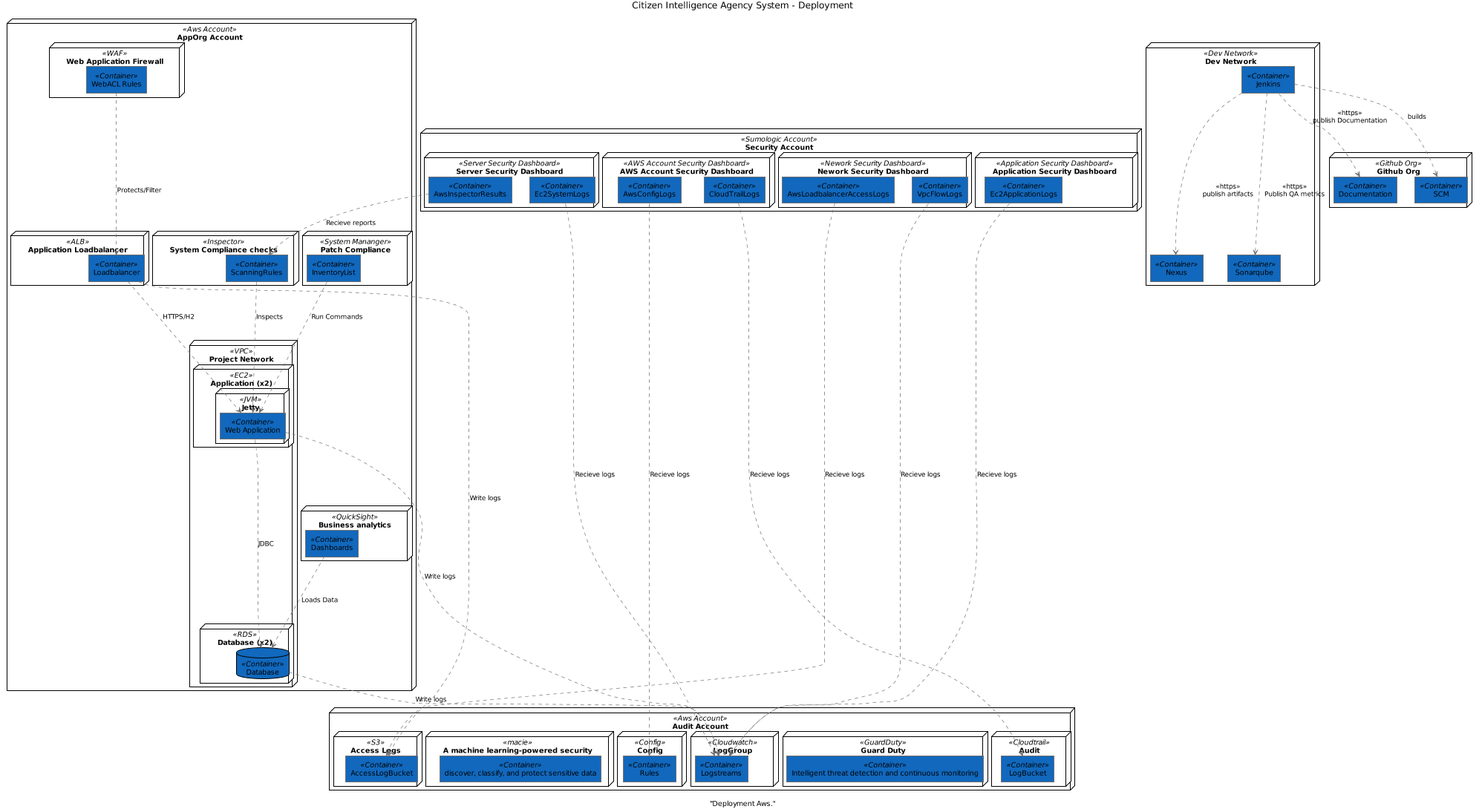
The PlantUML diagram architecture/Citizen-Intelligence-Agency-System-System-Deployment.png in sjvs/cia, before a commit.
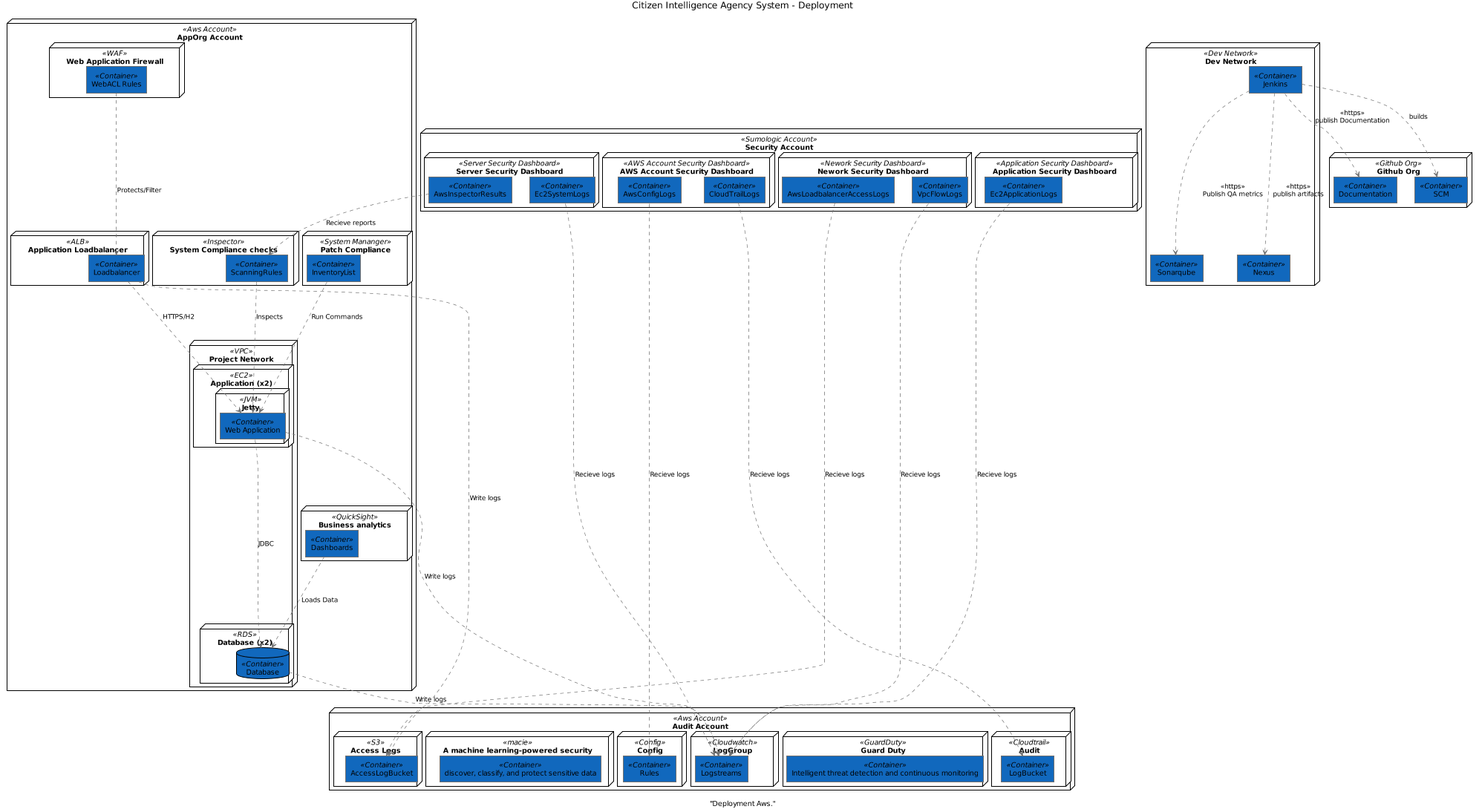
After the change.

Diff of the diagram source:
```diff
@@ -12,97 +12,97 @@
   noteBackgroundColor #ffffff
   noteBorderColor #707070
 }
-node "AppOrg Account" <<Aws Account>> as 48 {
-  node "Project Network" <<VPC>> as 49 {
-    node "Database (x2)" <<RDS>> as 101 {
-      database "Database" <<Container>> as 102 #1168bd
+node "AppOrg Account" <<Aws Account>> as 47 {
+  node "Project Network" <<VPC>> as 48 {
+    node "Database (x2)" <<RDS>> as 100 {
+      database "Database" <<Container>> as 101 #1168bd
     }
-    node "Application (x2)" <<EC2>> as 93 {
-      node "Jetty" <<JVM>> as 94 {
-        rectangle "Web Application" <<Container>> as 95 #1168bd
+    node "Application (x2)" <<EC2>> as 92 {
+      node "Jetty" <<JVM>> as 93 {
+        rectangle "Web Application" <<Container>> as 94 #1168bd
       }
     }
   }
-  node "Business analytics" <<QuickSight>> as 66 {
-    rectangle "Dashboards" <<Container>> as 68 #1168bd
+  node "Business analytics" <<QuickSight>> as 65 {
+    rectangle "Dashboards" <<Container>> as 67 #1168bd
   }
-  node "Patch Compliance" <<System Mananger>> as 62 {
-    rectangle "InventoryList" <<Container>> as 64 #1168bd
+  node "Patch Compliance" <<System Mananger>> as 61 {
+    rectangle "InventoryList" <<Container>> as 63 #1168bd
   }
-  node "System Compliance checks" <<Inspector>> as 58 {
-    rectangle "ScanningRules" <<Container>> as 60 #1168bd
+  node "System Compliance checks" <<Inspector>> as 57 {
+    rectangle "ScanningRules" <<Container>> as 59 #1168bd
   }
-  node "Application Loadbalancer" <<ALB>> as 88 {
-    rectangle "Loadbalancer" <<Container>> as 89 #1168bd
+  node "Application Loadbalancer" <<ALB>> as 87 {
+    rectangle "Loadbalancer" <<Container>> as 88 #1168bd
   }
-  node "Web Application Firewall" <<WAF>> as 50 {
-    rectangle "WebACL Rules" <<Container>> as 52 #1168bd
+  node "Web Application Firewall" <<WAF>> as 49 {
+    rectangle "WebACL Rules" <<Container>> as 51 #1168bd
   }
 }
-node "Audit Account" <<Aws Account>> as 54 {
-  node "Audit" <<Cloudtrail>> as 81 {
-    rectangle "LogBucket" <<Container>> as 83 #1168bd
+node "Audit Account" <<Aws Account>> as 53 {
+  node "Audit" <<Cloudtrail>> as 80 {
+    rectangle "LogBucket" <<Container>> as 82 #1168bd
   }
-  node "Guard Duty" <<GuardDuty>> as 70 {
-    rectangle "Intelligent threat detection and continuous monitoring" <<Container>> as 72 #1168bd
+  node "Guard Duty" <<GuardDuty>> as 69 {
+    rectangle "Intelligent threat detection and continuous monitoring" <<Container>> as 71 #1168bd
   }
-  node "LogGroup" <<Cloudwatch>> as 76 {
-    rectangle "Logstreams" <<Container>> as 78 #1168bd
+  node "LogGroup" <<Cloudwatch>> as 75 {
+    rectangle "Logstreams" <<Container>> as 77 #1168bd
   }
-  node "Config" <<Config>> as 55 {
-    rectangle "Rules" <<Container>> as 57 #1168bd
+  node "Config" <<Config>> as 54 {
+    rectangle "Rules" <<Container>> as 56 #1168bd
   }
-  node "A machine learning-powered security" <<macie>> as 73 {
-    rectangle "discover, classify, and protect sensitive data" <<Container>> as 75 #1168bd
+  node "A machine learning-powered security" <<macie>> as 72 {
+    rectangle "discover, classify, and protect sensitive data" <<Container>> as 74 #1168bd
   }
-  node "Access Logs" <<S3>> as 84 {
-    rectangle "AccessLogBucket" <<Container>> as 86 #1168bd
+  node "Access Logs" <<S3>> as 83 {
+    rectangle "AccessLogBucket" <<Container>> as 85 #1168bd
   }
 }
-node "Dev Network" <<Dev Network>> as 112 {
-  rectangle "Jenkins" <<Container>> as 122 #1168bd
-  rectangle "Sonarqube" <<Container>> as 116 #1168bd
-  rectangle "Nexus" <<Container>> as 114 #1168bd
+node "Dev Network" <<Dev Network>> as 111 {
+  rectangle "Nexus" <<Container>> as 113 #1168bd
+  rectangle "Jenkins" <<Container>> as 121 #1168bd
+  rectangle "Sonarqube" <<Container>> as 115 #1168bd
 }
-node "Github Org" <<Github Org>> as 107 {
-  rectangle "SCM" <<Container>> as 109 #1168bd
-  rectangle "Documentation" <<Container>> as 111 #1168bd
+node "Github Org" <<Github Org>> as 106 {
+  rectangle "SCM" <<Container>> as 108 #1168bd
+  rectangle "Documentation" <<Container>> as 110 #1168bd
 }
-node "Security Account" <<Sumologic Account>> as 127 {
-  node "AWS Account Security Dashboard" <<AWS Account Security Dashboard>> as 130 {
-    rectangle "CloudTrailLogs" <<Container>> as 138 #1168bd
-    rectangle "AwsConfigLogs" <<Container>> as 142 #1168bd
+node "Security Account" <<Sumologic Account>> as 126 {
+  node "AWS Account Security Dashboard" <<AWS Account Security Dashboard>> as 129 {
+    rectangle "CloudTrailLogs" <<Container>> as 137 #1168bd
+    rectangle "AwsConfigLogs" <<Container>> as 141 #1168bd
   }
-  node "Server Security Dashboard" <<Server Security Dashboard>> as 129 {
-    rectangle "AwsInspectorResults" <<Container>> as 154 #1168bd
-    rectangle "Ec2SystemLogs" <<Container>> as 146 #1168bd
+  node "Server Security Dashboard" <<Server Security Dashboard>> as 128 {
+    rectangle "AwsInspectorResults" <<Container>> as 153 #1168bd
+    rectangle "Ec2SystemLogs" <<Container>> as 145 #1168bd
   }
-  node "Nework Security Dashboard" <<Nework Security Dashboard>> as 128 {
-    rectangle "AwsLoadbalancerAccessLogs" <<Container>> as 158 #1168bd
-    rectangle "VpcFlowLogs" <<Container>> as 134 #1168bd
+  node "Nework Security Dashboard" <<Nework Security Dashboard>> as 127 {
+    rectangle "AwsLoadbalancerAccessLogs" <<Container>> as 157 #1168bd
+    rectangle "VpcFlowLogs" <<Container>> as 133 #1168bd
   }
-  node "Application Security Dashboard" <<Application Security Dashboard>> as 131 {
-    rectangle "Ec2ApplicationLogs" <<Container>> as 150 #1168bd
+  node "Application Security Dashboard" <<Application Security Dashboard>> as 130 {
+    rectangle "Ec2ApplicationLogs" <<Container>> as 149 #1168bd
   }
 }
-52 .[#707070].> 89 : Protects/Filter
-64 .[#707070].> 95 : Run Commands
-89 .[#707070].> 95 : HTTPS/H2
-150 .[#707070].> 78 : Recieve logs
-60 .[#707070].> 95 : Inspects
-89 .[#707070].> 86 : Write logs
-134 .[#707070].> 78 : Recieve logs
-142 .[#707070].> 57 : Recieve logs
-154 .[#707070].> 60 : Recieve reports
-122 .[#707070].> 109 : builds
-95 .[#707070].> 78 : Write logs
-122 .[#707070].> 114 : <<https>>\npublish artifacts
-95 .[#707070].> 102 : JDBC
-138 .[#707070].> 83 : Recieve logs
-68 .[#707070].> 102 : Loads Data
-146 .[#707070].> 78 : Recieve logs
-158 .[#707070].> 86 : Recieve logs
-122 .[#707070].> 116 : <<https>>\nPublish QA metrics
-122 .[#707070].> 111 : <<https>>\npublish Documentation
-102 .[#707070].> 78 : Write logs
+59 .[#707070].> 94 : Inspects
+141 .[#707070].> 56 : Recieve logs
+63 .[#707070].> 94 : Run Commands
+88 .[#707070].> 94 : HTTPS/H2
+149 .[#707070].> 77 : Recieve logs
+94 .[#707070].> 77 : Write logs
+51 .[#707070].> 88 : Protects/Filter
+133 .[#707070].> 77 : Recieve logs
+121 .[#707070].> 108 : builds
+145 .[#707070].> 77 : Recieve logs
+121 .[#707070].> 110 : <<https>>\npublish Documentation
+101 .[#707070].> 77 : Write logs
+153 .[#707070].> 59 : Recieve reports
+121 .[#707070].> 115 : <<https>>\nPublish QA metrics
+88 .[#707070].> 85 : Write logs
+137 .[#707070].> 82 : Recieve logs
+67 .[#707070].> 101 : Loads Data
+94 .[#707070].> 101 : JDBC
+121 .[#707070].> 113 : <<https>>\npublish artifacts
+157 .[#707070].> 85 : Recieve logs
 @enduml
```
